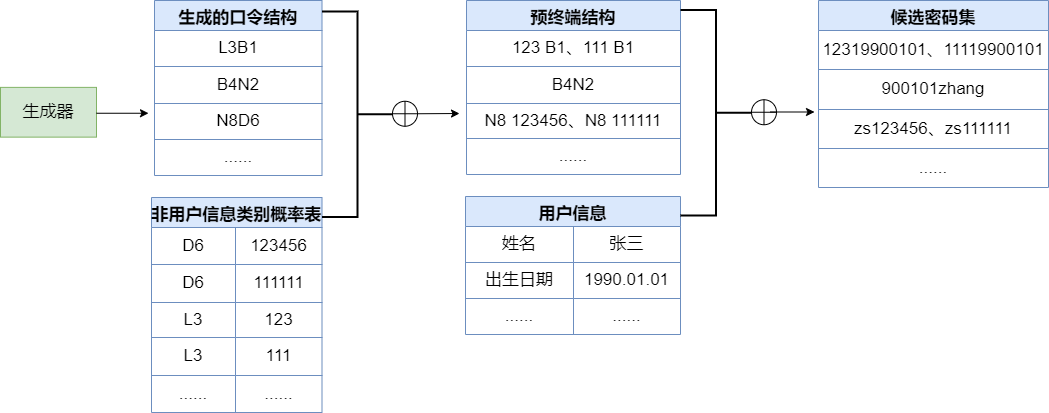
Earlier version of the draw.io export seqgan-fill.drawio.png (lakomi/pictures). Source tidied: cells renumbered, new cells last; positions are measured from the earlier drawing's top-left corner, leaving out a move shared by most shapes.
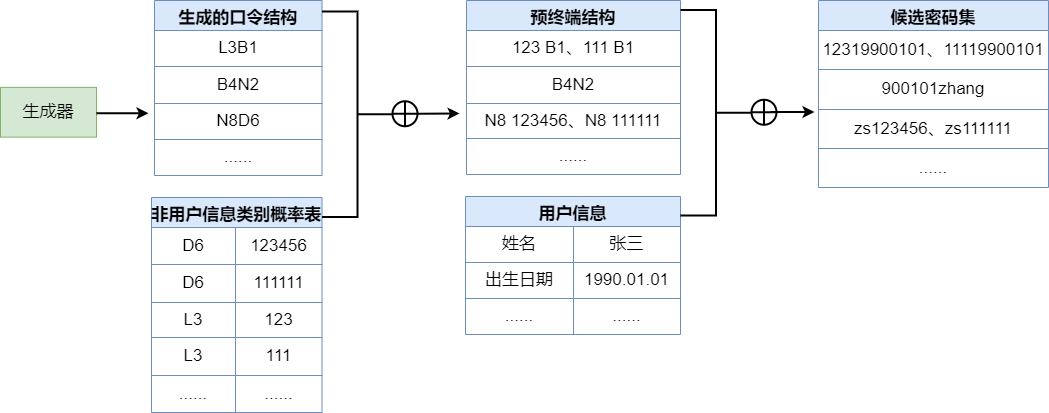
The same diagram one commit later.

Diff of the diagram source:
```diff
@@ -164,18 +164,18 @@
     <mxCell id="55" value="......" style="shape=partialRectangle;html=1;whiteSpace=wrap;fillColor=none;top=0;left=0;bottom=0;right=0;overflow=hidden;fontSize=17;strokeWidth=1;" parent="54" vertex="1">
       <mxGeometry width="230" height="39" as="geometry" />
     </mxCell>
-    <mxCell id="56" style="edgeStyle=none;rounded=0;jettySize=auto;html=1;exitX=1;exitY=0.5;exitDx=0;exitDy=0;fontSize=17;endArrow=classic;endFill=1;strokeWidth=1;" parent="1" edge="1" source="57">
+    <mxCell id="56" style="edgeStyle=none;rounded=0;jettySize=auto;html=1;exitX=1;exitY=0.5;exitDx=0;exitDy=0;fontSize=17;endArrow=classic;endFill=1;strokeWidth=2;" parent="1" edge="1" source="57">
       <mxGeometry relative="1" as="geometry">
         <mxPoint x="459" y="113" as="targetPoint" />
       </mxGeometry>
     </mxCell>
-    <mxCell id="57" style="shape=orEllipse;perimeter=ellipsePerimeter;whiteSpace=wrap;html=1;backgroundOutline=1;fontSize=17;strokeWidth=1;" parent="1" vertex="1">
+    <mxCell id="57" style="shape=orEllipse;perimeter=ellipsePerimeter;whiteSpace=wrap;html=1;backgroundOutline=1;fontSize=17;strokeWidth=2;" parent="1" vertex="1">
       <mxGeometry x="392" y="100.8" width="25" height="25" as="geometry" />
     </mxCell>
     <mxCell id="58" style="strokeWidth=2;html=1;shape=mxgraph.flowchart.annotation_2;align=left;labelPosition=right;fontSize=17;rotation=-180;" parent="1" vertex="1">
       <mxGeometry x="321.5" y="11" width="71" height="205.5" as="geometry" />
     </mxCell>
-    <mxCell id="59" style="endArrow=classic;html=1;rounded=0;fontSize=17;strokeWidth=1;" parent="1" edge="1">
+    <mxCell id="59" style="endArrow=classic;html=1;rounded=0;fontSize=17;strokeWidth=2;" parent="1" edge="1">
       <mxGeometry relative="1" as="geometry">
         <mxPoint x="96" y="112.8" as="sourcePoint" />
         <mxPoint x="148" y="112.8" as="targetPoint" />
@@ -184,10 +184,10 @@
     <mxCell id="60" style="strokeWidth=2;html=1;shape=mxgraph.flowchart.annotation_2;align=left;labelPosition=right;fontSize=17;rotation=-180;" parent="1" vertex="1">
       <mxGeometry x="680" y="9.5" width="71" height="205.5" as="geometry" />
     </mxCell>
-    <mxCell id="61" style="shape=orEllipse;perimeter=ellipsePerimeter;whiteSpace=wrap;html=1;backgroundOutline=1;fontSize=17;strokeWidth=1;" parent="1" vertex="1">
+    <mxCell id="61" style="shape=orEllipse;perimeter=ellipsePerimeter;whiteSpace=wrap;html=1;backgroundOutline=1;fontSize=17;strokeWidth=2;" parent="1" vertex="1">
       <mxGeometry x="751" y="99.2" width="25" height="25" as="geometry" />
     </mxCell>
-    <mxCell id="62" style="edgeStyle=none;rounded=0;orthogonalLoop=1;jettySize=auto;html=1;exitX=1;exitY=0.5;exitDx=0;exitDy=0;fontSize=17;endArrow=classic;endFill=1;strokeWidth=1;" parent="1" edge="1">
+    <mxCell id="62" style="edgeStyle=none;rounded=0;orthogonalLoop=1;jettySize=auto;html=1;exitX=1;exitY=0.5;exitDx=0;exitDy=0;fontSize=17;endArrow=classic;endFill=1;strokeWidth=2;" parent="1" edge="1">
       <mxGeometry relative="1" as="geometry">
         <mxPoint x="770" y="111.5" as="sourcePoint" />
         <mxPoint x="814" y="111.5" as="targetPoint" />
```
